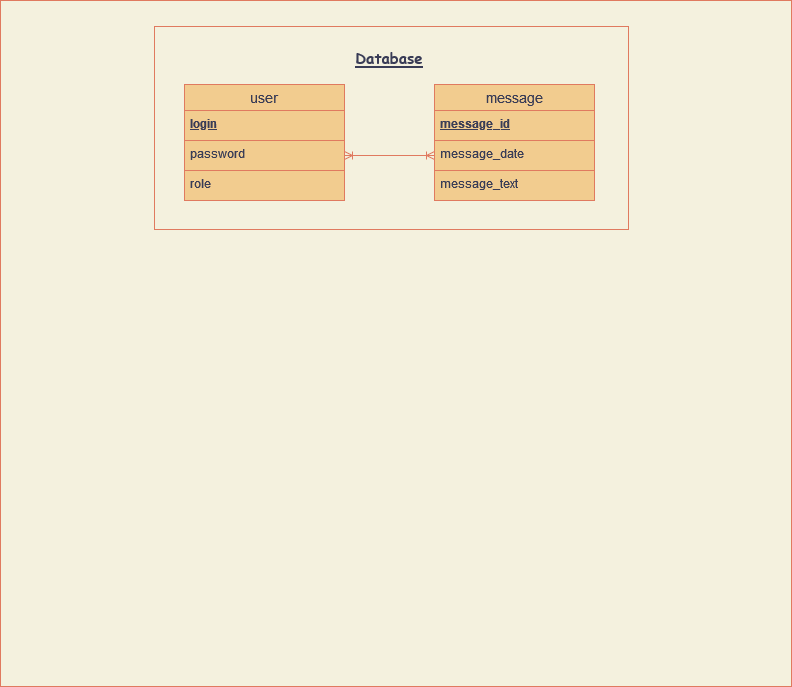
RazumeetsyaDanila/writer-reader-app keeps this draw.io diagram as writer-reader-db.drawio.png. Above is the earlier version. Source tidied: cells renumbered, new cells last; positions are measured from the earlier drawing's top-left corner, leaving out a move shared by most shapes.
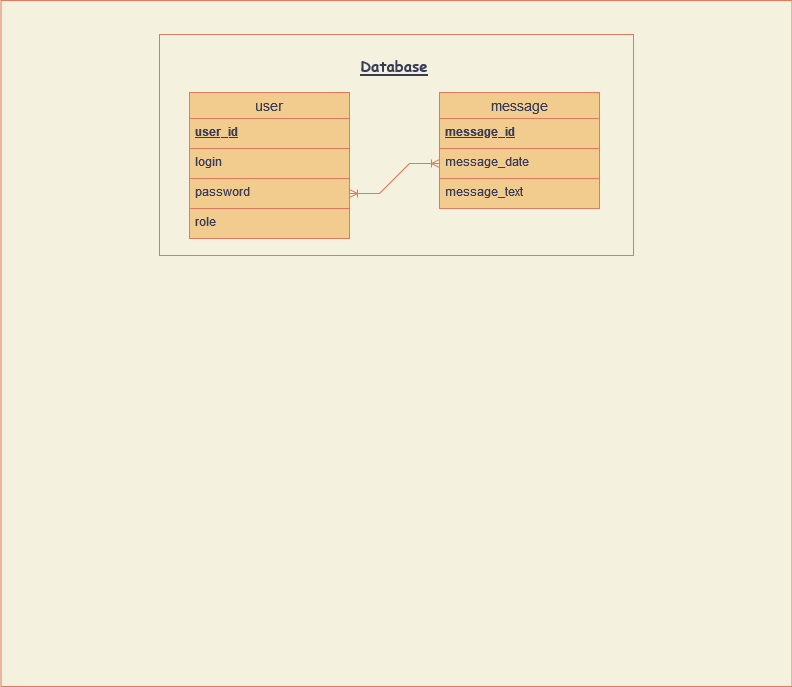
The same file after the commit.

The edit, as a diff of the source:
```diff
@@ -3,22 +3,25 @@
     <mxCell id="0" />
     <mxCell id="1" parent="0" />
     <mxCell id="2" style="rounded=0;whiteSpace=wrap;html=1;sketch=0;fontFamily=Comic Sans MS;fontSize=15;fontColor=#393C56;strokeColor=#E07A5F;fillColor=none;" parent="1" vertex="1">
-      <mxGeometry x="154" y="26" width="474" height="203" as="geometry" />
+      <mxGeometry x="154" y="26" width="474" height="221" as="geometry" />
     </mxCell>
     <mxCell id="3" style="rounded=0;whiteSpace=wrap;html=1;sketch=0;fontFamily=Comic Sans MS;fontSize=15;fontColor=#393C56;strokeColor=#E07A5F;fillColor=none;glass=0;" parent="1" vertex="1">
-      <mxGeometry width="791" height="686" as="geometry" />
+      <mxGeometry x="-4.5" y="-8" width="791" height="686" as="geometry" />
     </mxCell>
     <mxCell id="4" value="user" style="swimlane;fontStyle=0;horizontal=1;startSize=26;align=center;fontSize=14;fillColor=#F2CC8F;strokeColor=#E07A5F;fontColor=#393C56;" parent="1" vertex="1">
-      <mxGeometry x="184" y="84" width="160" height="116" as="geometry" />
+      <mxGeometry x="184" y="84" width="160" height="146" as="geometry" />
     </mxCell>
-    <mxCell id="5" value="login" style="text;spacingLeft=4;spacingRight=4;overflow=hidden;fontSize=12;fontStyle=5;fillColor=#F2CC8F;strokeColor=#E07A5F;fontColor=#393C56;" parent="4" vertex="1">
+    <mxCell id="5" value="user_id" style="text;spacingLeft=4;spacingRight=4;overflow=hidden;fontSize=12;fontStyle=5;fillColor=#F2CC8F;strokeColor=#E07A5F;fontColor=#393C56;" parent="4" vertex="1">
       <mxGeometry y="26" width="160" height="30" as="geometry" />
     </mxCell>
+    <mxCell id="14" value="login" style="text;spacingLeft=4;spacingRight=4;overflow=hidden;fontSize=12;fillColor=#F2CC8F;strokeColor=#E07A5F;fontColor=#393C56;" parent="4" vertex="1">
+      <mxGeometry y="56" width="160" height="30" as="geometry" />
+    </mxCell>
     <mxCell id="6" value="password" style="text;spacingLeft=4;spacingRight=4;overflow=hidden;points=[[0,0.5],[1,0.5]];portConstraint=eastwest;fontSize=12;fillColor=#F2CC8F;strokeColor=#E07A5F;fontColor=#393C56;" parent="4" vertex="1">
-      <mxGeometry y="56" width="160" height="30" as="geometry" />
+      <mxGeometry y="86" width="160" height="30" as="geometry" />
     </mxCell>
     <mxCell id="7" value="role" style="text;spacingLeft=4;spacingRight=4;overflow=hidden;fontSize=12;fillColor=#F2CC8F;strokeColor=#E07A5F;fontColor=#393C56;" parent="4" vertex="1">
-      <mxGeometry y="86" width="160" height="30" as="geometry" />
+      <mxGeometry y="116" width="160" height="30" as="geometry" />
     </mxCell>
     <mxCell id="8" value="message" style="swimlane;fontStyle=0;horizontal=1;startSize=26;align=center;fontSize=14;fillColor=#F2CC8F;strokeColor=#E07A5F;fontColor=#393C56;" parent="1" vertex="1">
       <mxGeometry x="434" y="84" width="160" height="116" as="geometry" />
```
